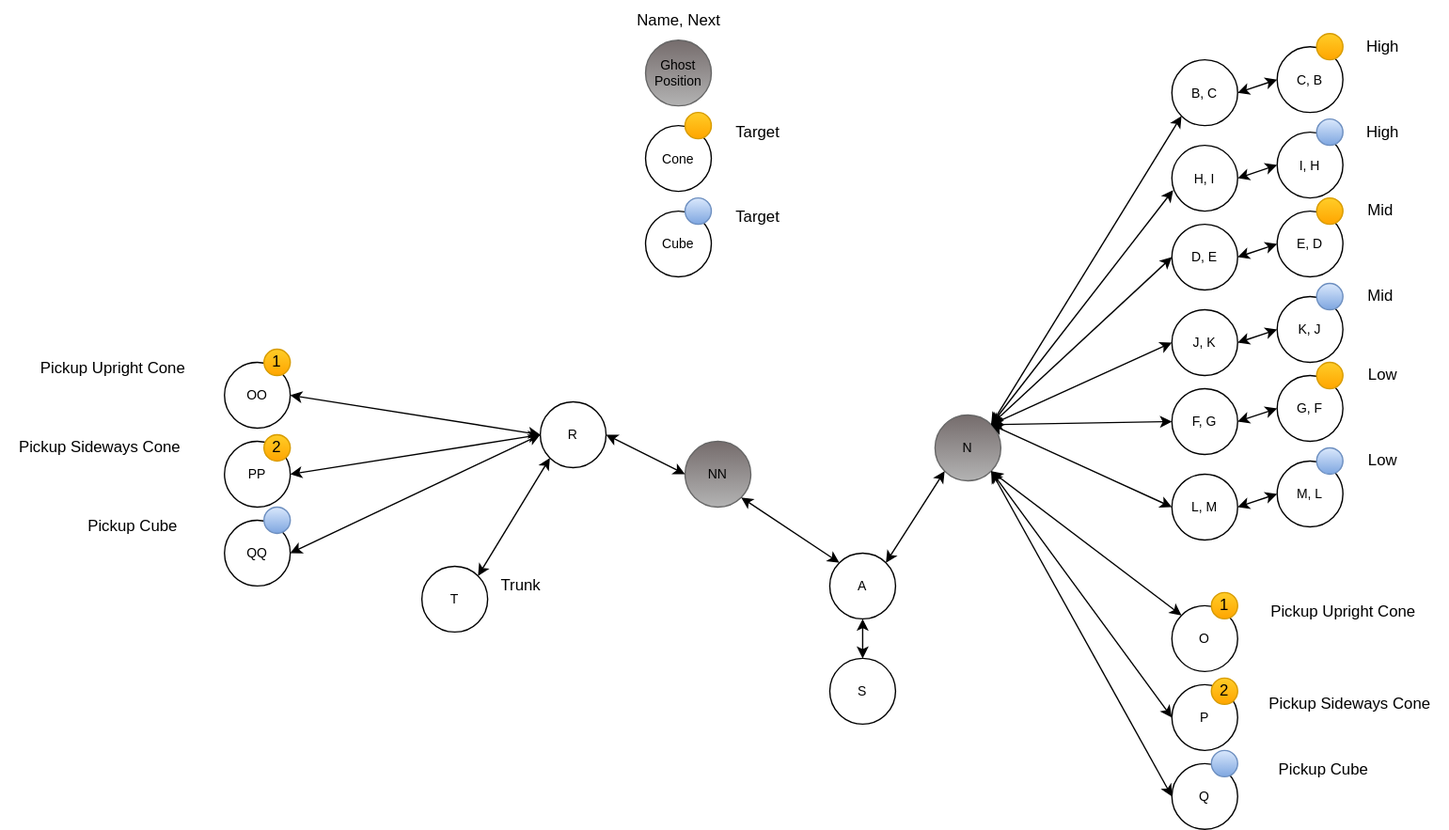
Above: src/main/java/frc/robot/subsystems/Arm/arm.drawio.svg in RossRambotics/2023-ChargedUp (draw.io), before the change. Source tidied: cells renumbered, new cells last; positions are measured from the earlier drawing's top-left corner, leaving out a move shared by most shapes.
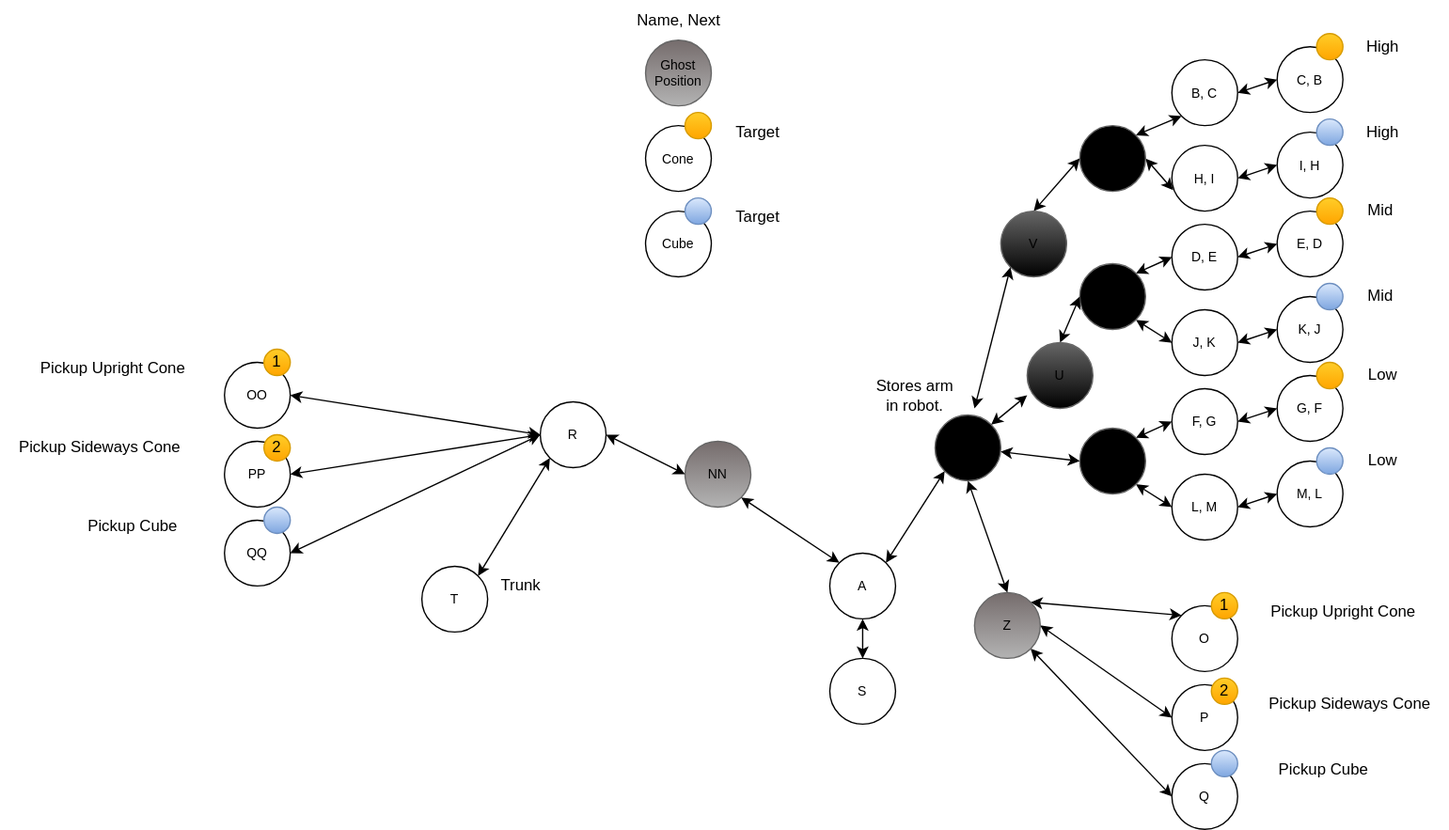
After the commit.

Commit message:
arm nodes

What changed in the source:
```diff
@@ -5,7 +5,7 @@
     <mxCell id="2" value="Name, Next&lt;br&gt;" style="text;html=1;align=center;verticalAlign=middle;strokeColor=none;fillColor=none;" parent="1" vertex="1">
       <mxGeometry x="470" width="90" height="30" as="geometry" />
     </mxCell>
-    <mxCell id="3" value="N" style="ellipse;whiteSpace=wrap;html=1;fontSize=10;fillColor=#756c6c;gradientColor=#b3b3b3;strokeColor=#666666;" parent="1" vertex="1">
+    <mxCell id="3" value="N" style="ellipse;whiteSpace=wrap;html=1;fontSize=10;fillColor=#000000;gradientColor=none;strokeColor=#666666;" parent="1" vertex="1">
       <mxGeometry x="710" y="315" width="50" height="50" as="geometry" />
     </mxCell>
     <mxCell id="4" value="B, C" style="ellipse;whiteSpace=wrap;html=1;fontSize=10;" parent="1" vertex="1">
@@ -17,7 +17,7 @@
     <mxCell id="6" style="edgeStyle=none;html=1;exitX=0;exitY=0.5;exitDx=0;exitDy=0;entryX=1;entryY=0.5;entryDx=0;entryDy=0;fontSize=10;startArrow=classic;startFill=1;" parent="1" edge="1" source="5" target="4">
       <mxGeometry relative="1" as="geometry" />
     </mxCell>
-    <mxCell id="7" style="edgeStyle=none;html=1;exitX=0;exitY=1;exitDx=0;exitDy=0;entryX=1;entryY=0;entryDx=0;entryDy=0;fontSize=10;startArrow=classic;startFill=1;" parent="1" edge="1" source="4" target="3">
+    <mxCell id="7" style="edgeStyle=none;html=1;exitX=0;exitY=1;exitDx=0;exitDy=0;entryX=1;entryY=0;entryDx=0;entryDy=0;fontSize=10;startArrow=classic;startFill=1;" parent="1" edge="1" source="4" target="83">
       <mxGeometry relative="1" as="geometry" />
     </mxCell>
     <mxCell id="8" style="ellipse;whiteSpace=wrap;html=1;fillColor=#ffcd28;gradientColor=#ffa500;strokeColor=#d79b00;" parent="1" vertex="1">
@@ -56,10 +56,10 @@
     <mxCell id="19" value="Low" style="text;html=1;align=center;verticalAlign=middle;strokeColor=none;fillColor=none;" parent="1" vertex="1">
       <mxGeometry x="1025" y="270" width="50" height="30" as="geometry" />
     </mxCell>
-    <mxCell id="20" style="edgeStyle=none;html=1;exitX=0;exitY=0.5;exitDx=0;exitDy=0;entryX=1;entryY=0;entryDx=0;entryDy=0;fontSize=10;startArrow=classic;startFill=1;" parent="1" edge="1" source="9" target="3">
+    <mxCell id="20" style="edgeStyle=none;html=1;exitX=0;exitY=0.5;exitDx=0;exitDy=0;entryX=1;entryY=0;entryDx=0;entryDy=0;fontSize=10;startArrow=classic;startFill=1;" parent="1" edge="1" source="9" target="84">
       <mxGeometry relative="1" as="geometry" />
     </mxCell>
-    <mxCell id="21" style="edgeStyle=none;html=1;exitX=0;exitY=0.5;exitDx=0;exitDy=0;entryX=1;entryY=0;entryDx=0;entryDy=0;fontSize=10;startArrow=classic;startFill=1;" parent="1" edge="1" source="14" target="3">
+    <mxCell id="21" style="edgeStyle=none;html=1;exitX=0;exitY=0.5;exitDx=0;exitDy=0;entryX=1;entryY=0;entryDx=0;entryDy=0;fontSize=10;startArrow=classic;startFill=1;" parent="1" edge="1" source="14" target="85">
       <mxGeometry relative="1" as="geometry" />
     </mxCell>
     <mxCell id="22" value="H, I" style="ellipse;whiteSpace=wrap;html=1;fontSize=10;" parent="1" vertex="1">
@@ -107,13 +107,13 @@
     <mxCell id="36" value="Low" style="text;html=1;align=center;verticalAlign=middle;strokeColor=none;fillColor=none;" parent="1" vertex="1">
       <mxGeometry x="1025" y="335" width="50" height="30" as="geometry" />
     </mxCell>
-    <mxCell id="37" style="edgeStyle=none;html=1;exitX=0.02;exitY=0.68;exitDx=0;exitDy=0;entryX=1;entryY=0;entryDx=0;entryDy=0;fontSize=10;startArrow=classic;startFill=1;exitPerimeter=0;" parent="1" edge="1" source="22" target="3">
+    <mxCell id="37" style="edgeStyle=none;html=1;exitX=0.02;exitY=0.68;exitDx=0;exitDy=0;entryX=1;entryY=0.5;entryDx=0;entryDy=0;fontSize=10;startArrow=classic;startFill=1;exitPerimeter=0;" parent="1" edge="1" source="22" target="83">
       <mxGeometry relative="1" as="geometry" />
     </mxCell>
-    <mxCell id="38" style="edgeStyle=none;html=1;exitX=0;exitY=0.5;exitDx=0;exitDy=0;entryX=1;entryY=0;entryDx=0;entryDy=0;fontSize=10;startArrow=classic;startFill=1;" parent="1" edge="1" source="26" target="3">
+    <mxCell id="38" style="edgeStyle=none;html=1;exitX=0;exitY=0.5;exitDx=0;exitDy=0;entryX=1;entryY=1;entryDx=0;entryDy=0;fontSize=10;startArrow=classic;startFill=1;" parent="1" edge="1" source="26" target="84">
       <mxGeometry relative="1" as="geometry" />
     </mxCell>
-    <mxCell id="39" style="edgeStyle=none;html=1;exitX=0;exitY=0.5;exitDx=0;exitDy=0;entryX=1;entryY=0;entryDx=0;entryDy=0;fontSize=10;startArrow=classic;startFill=1;" parent="1" edge="1" source="31" target="3">
+    <mxCell id="39" style="edgeStyle=none;html=1;exitX=0;exitY=0.5;exitDx=0;exitDy=0;entryX=1;entryY=1;entryDx=0;entryDy=0;fontSize=10;startArrow=classic;startFill=1;" parent="1" edge="1" source="31" target="85">
       <mxGeometry relative="1" as="geometry" />
     </mxCell>
     <mxCell id="40" value="A" style="ellipse;whiteSpace=wrap;html=1;fontSize=10;" parent="1" vertex="1">
@@ -152,7 +152,7 @@
     <mxCell id="51" value="O" style="ellipse;whiteSpace=wrap;html=1;fontSize=10;" parent="1" vertex="1">
       <mxGeometry x="890" y="460" width="50" height="50" as="geometry" />
     </mxCell>
-    <mxCell id="52" style="edgeStyle=none;html=1;exitX=0;exitY=0;exitDx=0;exitDy=0;fontSize=10;startArrow=classic;startFill=1;entryX=1;entryY=1;entryDx=0;entryDy=0;" parent="1" edge="1" source="51" target="3">
+    <mxCell id="52" style="edgeStyle=none;html=1;exitX=0;exitY=0;exitDx=0;exitDy=0;fontSize=10;startArrow=classic;startFill=1;entryX=1;entryY=0;entryDx=0;entryDy=0;" parent="1" edge="1" source="51" target="82">
       <mxGeometry relative="1" as="geometry" />
     </mxCell>
     <mxCell id="53" value="P" style="ellipse;whiteSpace=wrap;html=1;fontSize=10;" parent="1" vertex="1">
@@ -170,10 +170,10 @@
     <mxCell id="57" style="ellipse;whiteSpace=wrap;html=1;fillColor=#dae8fc;gradientColor=#7ea6e0;strokeColor=#6c8ebf;" parent="1" vertex="1">
       <mxGeometry x="920" y="570" width="20" height="20" as="geometry" />
     </mxCell>
-    <mxCell id="58" style="edgeStyle=none;html=1;exitX=0;exitY=0.5;exitDx=0;exitDy=0;fontSize=10;startArrow=classic;startFill=1;entryX=1;entryY=1;entryDx=0;entryDy=0;" parent="1" edge="1" source="53" target="3">
+    <mxCell id="58" style="edgeStyle=none;html=1;exitX=0;exitY=0.5;exitDx=0;exitDy=0;fontSize=10;startArrow=classic;startFill=1;entryX=1;entryY=0.5;entryDx=0;entryDy=0;" parent="1" edge="1" source="53" target="82">
       <mxGeometry relative="1" as="geometry" />
     </mxCell>
-    <mxCell id="59" style="edgeStyle=none;html=1;exitX=0;exitY=0.5;exitDx=0;exitDy=0;fontSize=10;startArrow=classic;startFill=1;entryX=1;entryY=1;entryDx=0;entryDy=0;" parent="1" edge="1" source="54" target="3">
+    <mxCell id="59" style="edgeStyle=none;html=1;exitX=0;exitY=0.5;exitDx=0;exitDy=0;fontSize=10;startArrow=classic;startFill=1;entryX=1;entryY=1;entryDx=0;entryDy=0;" parent="1" edge="1" source="54" target="82">
       <mxGeometry relative="1" as="geometry" />
     </mxCell>
     <mxCell id="60" value="Pickup Cube&amp;nbsp; &amp;nbsp;&amp;nbsp;" style="text;html=1;align=center;verticalAlign=middle;strokeColor=none;fillColor=none;" parent="1" vertex="1">
@@ -242,5 +242,46 @@
     <mxCell id="81" value="Trunk" style="text;html=1;align=center;verticalAlign=middle;strokeColor=none;fillColor=none;" parent="1" vertex="1">
       <mxGeometry x="370" y="430" width="50" height="30" as="geometry" />
     </mxCell>
+    <mxCell id="82" value="Z" style="ellipse;whiteSpace=wrap;html=1;fontSize=10;fillColor=#756c6c;gradientColor=#b3b3b3;strokeColor=#666666;" parent="1" vertex="1">
+      <mxGeometry x="740" y="450" width="50" height="50" as="geometry" />
+    </mxCell>
+    <mxCell id="83" value="Y" style="ellipse;whiteSpace=wrap;html=1;fontSize=10;fillColor=#000000;gradientColor=none;strokeColor=#666666;" parent="1" vertex="1">
+      <mxGeometry x="820" y="95" width="50" height="50" as="geometry" />
+    </mxCell>
+    <mxCell id="84" value="X" style="ellipse;whiteSpace=wrap;html=1;fontSize=10;fillColor=#000000;gradientColor=none;strokeColor=#666666;" parent="1" vertex="1">
+      <mxGeometry x="820" y="200" width="50" height="50" as="geometry" />
+    </mxCell>
+    <mxCell id="85" value="W" style="ellipse;whiteSpace=wrap;html=1;fontSize=10;fillColor=#000000;gradientColor=none;strokeColor=#666666;" parent="1" vertex="1">
+      <mxGeometry x="820" y="325" width="50" height="50" as="geometry" />
+    </mxCell>
+    <mxCell id="86" style="edgeStyle=none;html=1;exitX=0;exitY=0.5;exitDx=0;exitDy=0;fontSize=10;startArrow=classic;startFill=1;" parent="1" edge="1" source="85" target="3">
+      <mxGeometry relative="1" as="geometry" />
+    </mxCell>
+    <mxCell id="87" style="edgeStyle=none;html=1;exitX=0;exitY=0.5;exitDx=0;exitDy=0;fontSize=10;startArrow=classic;startFill=1;entryX=0.5;entryY=0;entryDx=0;entryDy=0;" parent="1" edge="1" source="84" target="93">
+      <mxGeometry relative="1" as="geometry" />
+    </mxCell>
+    <mxCell id="88" style="edgeStyle=none;html=1;exitX=0;exitY=0.5;exitDx=0;exitDy=0;fontSize=10;startArrow=classic;startFill=1;entryX=0.5;entryY=0;entryDx=0;entryDy=0;" parent="1" edge="1" source="83" target="89">
+      <mxGeometry relative="1" as="geometry" />
+    </mxCell>
+    <mxCell id="89" value="&amp;nbsp;V" style="ellipse;whiteSpace=wrap;html=1;fontSize=10;fillColor=#666666;gradientColor=default;strokeColor=#666666;" parent="1" vertex="1">
+      <mxGeometry x="760" y="160" width="50" height="50" as="geometry" />
+    </mxCell>
+    <mxCell id="90" style="edgeStyle=none;html=1;exitX=0;exitY=1;exitDx=0;exitDy=0;fontSize=10;startArrow=classic;startFill=1;" parent="1" edge="1" source="89">
+      <mxGeometry relative="1" as="geometry">
+        <mxPoint x="740" y="310" as="targetPoint" />
+      </mxGeometry>
+    </mxCell>
+    <mxCell id="91" style="edgeStyle=none;html=1;exitX=0.5;exitY=0;exitDx=0;exitDy=0;fontSize=10;startArrow=classic;startFill=1;entryX=0.5;entryY=1;entryDx=0;entryDy=0;" parent="1" edge="1" source="82" target="3">
+      <mxGeometry relative="1" as="geometry" />
+    </mxCell>
+    <mxCell id="92" value="Stores arm in robot." style="text;strokeColor=none;align=center;fillColor=none;html=1;verticalAlign=middle;whiteSpace=wrap;rounded=0;" parent="1" vertex="1">
+      <mxGeometry x="660" y="285" width="70" height="30" as="geometry" />
+    </mxCell>
+    <mxCell id="93" value="U" style="ellipse;whiteSpace=wrap;html=1;fontSize=10;fillColor=#666666;gradientColor=default;strokeColor=#666666;" parent="1" vertex="1">
+      <mxGeometry x="780" y="260" width="50" height="50" as="geometry" />
+    </mxCell>
+    <mxCell id="94" style="edgeStyle=none;html=1;exitX=0;exitY=0.8;exitDx=0;exitDy=0;fontSize=10;startArrow=classic;startFill=1;entryX=1;entryY=0;entryDx=0;entryDy=0;exitPerimeter=0;" parent="1" edge="1" source="93" target="3">
+      <mxGeometry relative="1" as="geometry" />
+    </mxCell>
   </root>
 </mxGraphModel>
```
